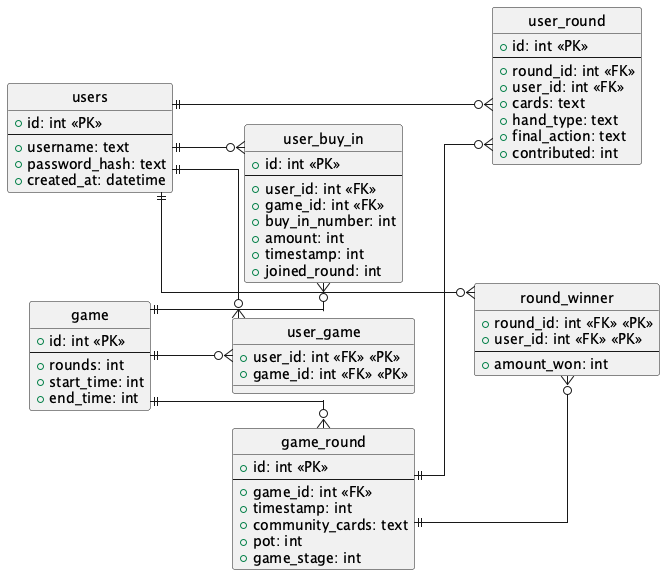
This is 18-poker/db.png from LilleAila/it1, a PlantUML export, as it was before one commit.
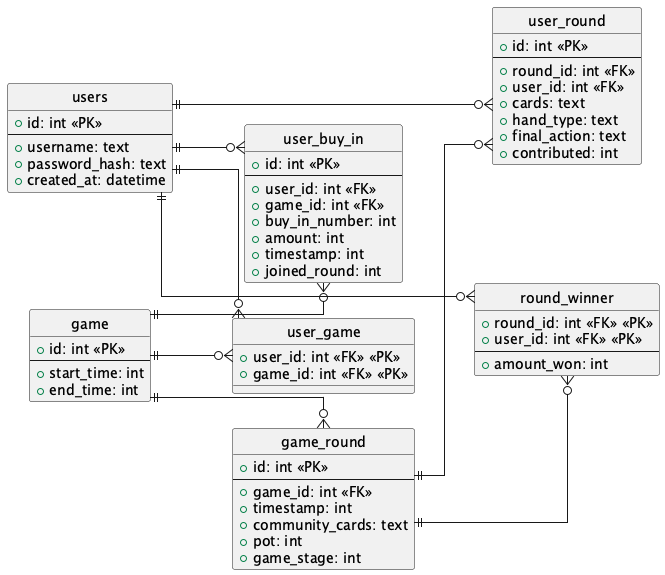
Later version of the same file.

Commit message:
remove rounds from db in diagram

What changed in the source:
```diff
@@ -14,7 +14,6 @@
 entity game {
   +id: int <<PK>>
   --
-  +rounds: int
   +start_time: int
   +end_time: int
 }
```
